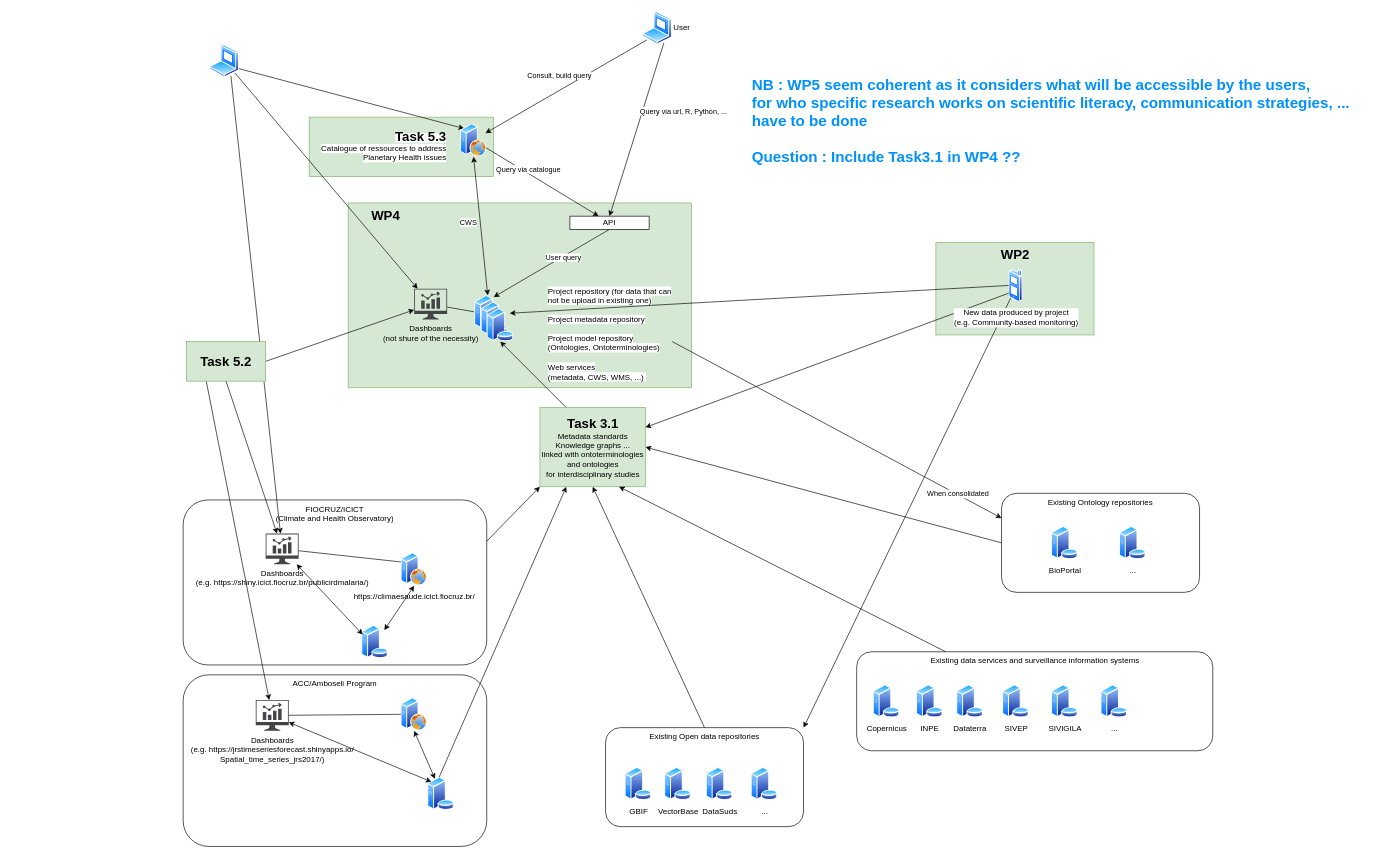
Earlier version of the draw.io diagram archi_horizon.drawio (EmmanuelRouxIRD/Horizon_Planetary_Health). Source tidied: cells renumbered, new cells numbered last; positions are measured from the earlier drawing's top-left corner, leaving out a move shared by most shapes. Both pictures are drawn from the tidied source at 66%, with x=0, y=0 at pixel (183, 11).
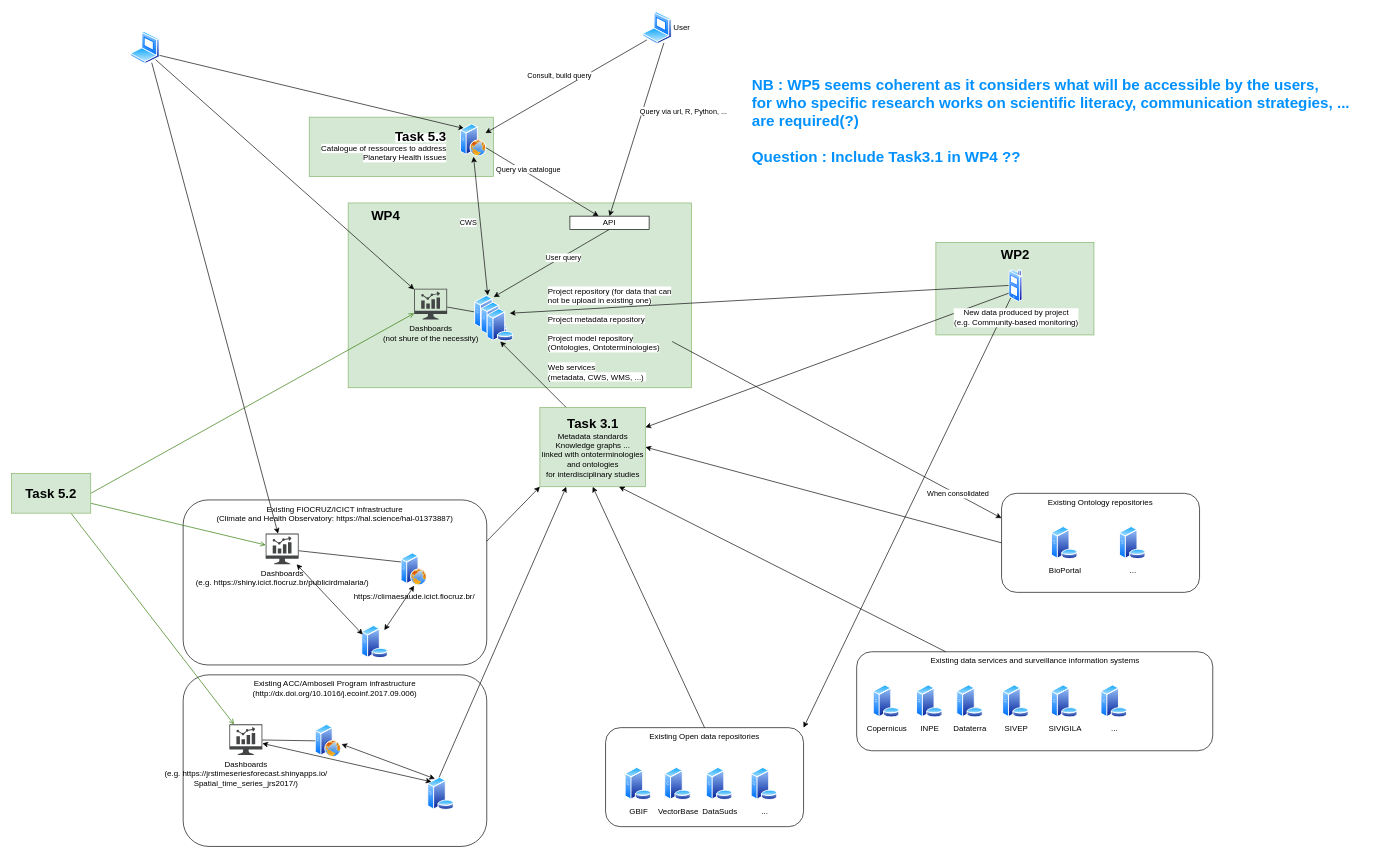
Above is the later version.

Commit message (it also covers changes not shown here):
Mettre à jour archi_horizon.drawio

Unchanged cells that the change refers to:
```xml
<mxCell id="40" style="image;perimeter=ellipsePerimeter;html=1;align=center;shadow=0;dashed=0;spacingTop=3;image=img/lib/active_directory/database_server.svg;" parent="1" vertex="1">
  <mxGeometry x="370" y="1160" width="41" height="50" as="geometry" />
</mxCell>
<mxCell id="44" value="Dashboards&lt;br&gt;(e.g.&amp;nbsp;https://shiny.icict.fiocruz.br/publicirdmalaria/)" style="sketch=0;shadow=0;dashed=0;html=1;strokeColor=none;fillColor=#434445;labelPosition=center;verticalLabelPosition=bottom;verticalAlign=top;align=center;outlineConnect=0;shape=mxgraph.vvd.nsx_dashboard;" parent="1" vertex="1">
  <mxGeometry x="125" y="791" width="50" height="46.5" as="geometry" />
</mxCell>
<mxCell id="63" value="Dashboards&lt;br&gt;(not shure of the necessity)" style="sketch=0;shadow=0;dashed=0;html=1;strokeColor=none;fillColor=#434445;labelPosition=center;verticalLabelPosition=bottom;verticalAlign=top;align=center;outlineConnect=0;shape=mxgraph.vvd.nsx_dashboard;" parent="1" vertex="1">
  <mxGeometry x="350" y="420" width="50" height="46.5" as="geometry" />
</mxCell>
```

Diff of the diagram source:
```diff
@@
     <mxCell id="18" style="image;perimeter=ellipsePerimeter;html=1;align=center;shadow=0;dashed=0;spacingTop=3;image=img/lib/active_directory/laptop_client.svg;" parent="1" vertex="1">
-      <mxGeometry x="40" y="50" width="45" height="50" as="geometry" />
+      <mxGeometry x="-80" y="30" width="45" height="50" as="geometry" />
     </mxCell>
@@
-    <mxCell id="27" value="FIOCRUZ/ICICT&lt;br&gt;(Climate and Health Observatory)" style="rounded=1;whiteSpace=wrap;html=1;fillColor=none;verticalAlign=top;align=center;" parent="1" vertex="1">
+    <mxCell id="27" value="Existing FIOCRUZ/ICICT infrastructure&lt;br&gt;(Climate and Health Observatory: https://hal.science/hal-01373887)" style="rounded=1;whiteSpace=wrap;html=1;fillColor=none;verticalAlign=top;align=center;" parent="1" vertex="1">
       <mxGeometry y="740" width="460" height="250" as="geometry" />
     </mxCell>
@@
-    <mxCell id="31" value="ACC/Amboseli Program&lt;br&gt;" style="rounded=1;whiteSpace=wrap;html=1;fillColor=none;verticalAlign=top;align=center;" parent="1" vertex="1">
+    <mxCell id="31" value="Existing ACC/Amboseli Program infrastructure&lt;br&gt;(http://dx.doi.org/10.1016/j.ecoinf.2017.09.006)" style="rounded=1;whiteSpace=wrap;html=1;fillColor=none;verticalAlign=top;align=center;" parent="1" vertex="1">
       <mxGeometry y="1005" width="460" height="260" as="geometry" />
     </mxCell>
     <mxCell id="32" style="image;perimeter=ellipsePerimeter;html=1;align=center;shadow=0;dashed=0;spacingTop=3;image=img/lib/active_directory/web_server.svg;" parent="1" vertex="1">
-      <mxGeometry x="330" y="1039.8" width="40" height="50" as="geometry" />
+      <mxGeometry x="200" y="1080" width="40" height="50" as="geometry" />
     </mxCell>
-    <mxCell id="33" style="rounded=0;jettySize=auto;html=1;exitX=0.25;exitY=0;exitDx=0;exitDy=0;startArrow=classic;startFill=1;entryX=0.5;entryY=1;entryDx=0;entryDy=0;" parent="1" edge="1" source="40" target="32">
-      <mxGeometry relative="1" as="geometry" />
+    <mxCell id="33" style="rounded=0;jettySize=auto;html=1;exitX=0.25;exitY=0;exitDx=0;exitDy=0;startArrow=classic;startFill=1;" parent="1" edge="1" source="40">
+      <mxGeometry relative="1" as="geometry">
+        <mxPoint x="240" y="1110" as="targetPoint" />
+      </mxGeometry>
     </mxCell>
@@
     <mxCell id="46" value="Dashboards&lt;br&gt;(e.g. https://jrstimeseriesforecast.shinyapps.io/&lt;br&gt;Spatial_time_series_jrs2017/)" style="sketch=0;shadow=0;dashed=0;html=1;strokeColor=none;fillColor=#434445;labelPosition=center;verticalLabelPosition=bottom;verticalAlign=top;align=center;outlineConnect=0;shape=mxgraph.vvd.nsx_dashboard;" parent="1" vertex="1">
-      <mxGeometry x="110" y="1043.2" width="50" height="46.5" as="geometry" />
+      <mxGeometry x="70" y="1080" width="50" height="46.5" as="geometry" />
     </mxCell>
@@
-    <mxCell id="59" style="edgeStyle=none;rounded=0;jettySize=auto;html=1;exitX=1;exitY=0.5;exitDx=0;exitDy=0;" parent="1" edge="1" source="62" target="63">
+    <mxCell id="59" style="edgeStyle=none;rounded=0;jettySize=auto;html=1;exitX=1;exitY=0.5;exitDx=0;exitDy=0;strokeColor=#2D7600;fillColor=#60a917;endArrow=open;endFill=0;" parent="1" edge="1" source="62" target="63">
       <mxGeometry relative="1" as="geometry" />
     </mxCell>
-    <mxCell id="60" style="edgeStyle=none;rounded=0;jettySize=auto;html=1;exitX=0.5;exitY=1;exitDx=0;exitDy=0;" parent="1" edge="1" source="62" target="44">
+    <mxCell id="60" style="edgeStyle=none;rounded=0;jettySize=auto;html=1;exitX=1;exitY=0.75;exitDx=0;exitDy=0;fillColor=#60a917;strokeColor=#2D7600;endArrow=open;endFill=0;" parent="1" edge="1" source="62" target="44">
       <mxGeometry relative="1" as="geometry" />
     </mxCell>
-    <mxCell id="61" style="edgeStyle=none;rounded=0;jettySize=auto;html=1;exitX=0.25;exitY=1;exitDx=0;exitDy=0;" parent="1" edge="1" source="62" target="46">
+    <mxCell id="61" style="edgeStyle=none;rounded=0;jettySize=auto;html=1;exitX=0.75;exitY=1;exitDx=0;exitDy=0;fillColor=#60a917;strokeColor=#2D7600;endArrow=open;endFill=0;" parent="1" edge="1" source="62" target="46">
       <mxGeometry relative="1" as="geometry" />
     </mxCell>
     <mxCell id="62" value="&lt;b style=&quot;border-color: var(--border-color); font-size: 20px;&quot;&gt;Task 5.2&lt;br style=&quot;border-color: var(--border-color);&quot;&gt;&lt;/b&gt;" style="rounded=0;whiteSpace=wrap;html=1;fillColor=#d5e8d4;strokeColor=#82b366;" parent="1" vertex="1">
-      <mxGeometry x="5" y="500" width="120" height="60" as="geometry" />
+      <mxGeometry x="-260" y="700" width="120" height="60" as="geometry" />
     </mxCell>
@@
-    <mxCell id="73" value="&lt;b style=&quot;font-size: 23px;&quot;&gt;&lt;font color=&quot;#0091ff&quot;&gt;NB : WP5 seem coherent as it considers what will be accessible by the users,&lt;br&gt;for who specific research works on scientific literacy, communication strategies, ...&lt;br&gt;have to be done&lt;br&gt;&lt;br&gt;Question : Include Task3.1 in WP4 ??&lt;br&gt;&lt;br&gt;&lt;/font&gt;&lt;/b&gt;" style="text;html=1;align=left;verticalAlign=middle;strokeColor=none;fillColor=none;" parent="1" vertex="1">
+    <mxCell id="73" value="&lt;b style=&quot;font-size: 23px;&quot;&gt;&lt;font color=&quot;#0091ff&quot;&gt;NB : WP5 seems coherent as it considers what will be accessible by the users,&lt;br&gt;for who specific research works on scientific literacy, communication strategies, ...&lt;br&gt;are required(?)&lt;br&gt;&lt;br&gt;Question : Include Task3.1 in WP4 ??&lt;br&gt;&lt;br&gt;&lt;/font&gt;&lt;/b&gt;" style="text;html=1;align=left;verticalAlign=middle;strokeColor=none;fillColor=none;" parent="1" vertex="1">
       <mxGeometry x="860" y="90" width="930" height="180" as="geometry" />
     </mxCell>
```
